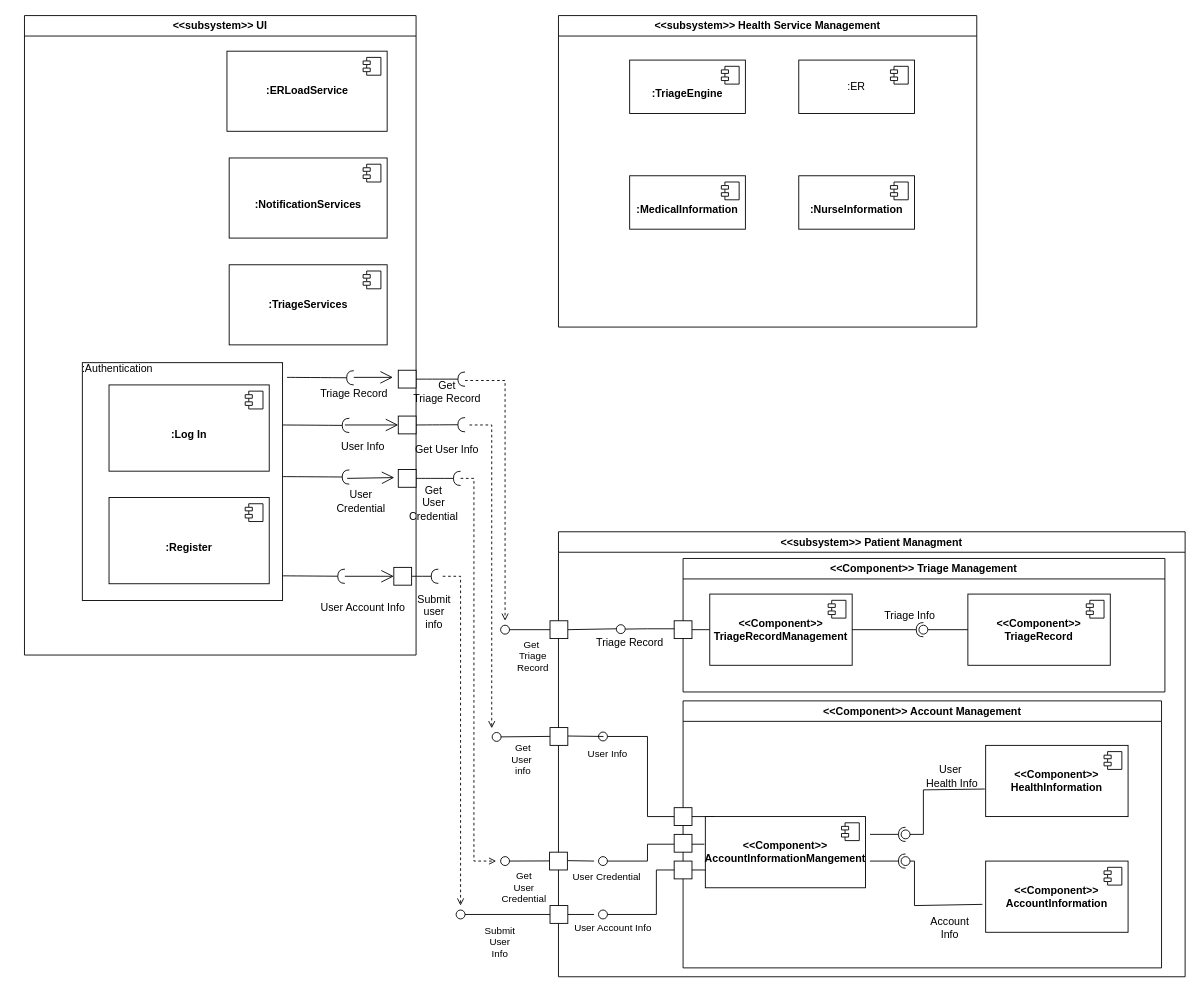
Earlier version of the draw.io diagram Usecases/C&C_patient_management.drawio (uvic-teach/project-m1-team8). Source tidied: cells renumbered, new cells numbered last; positions are measured from the earlier drawing's top-left corner, leaving out a move shared by most shapes. Both pictures are drawn from the tidied source at 89%, with x=0, y=0 at pixel (24, 15).
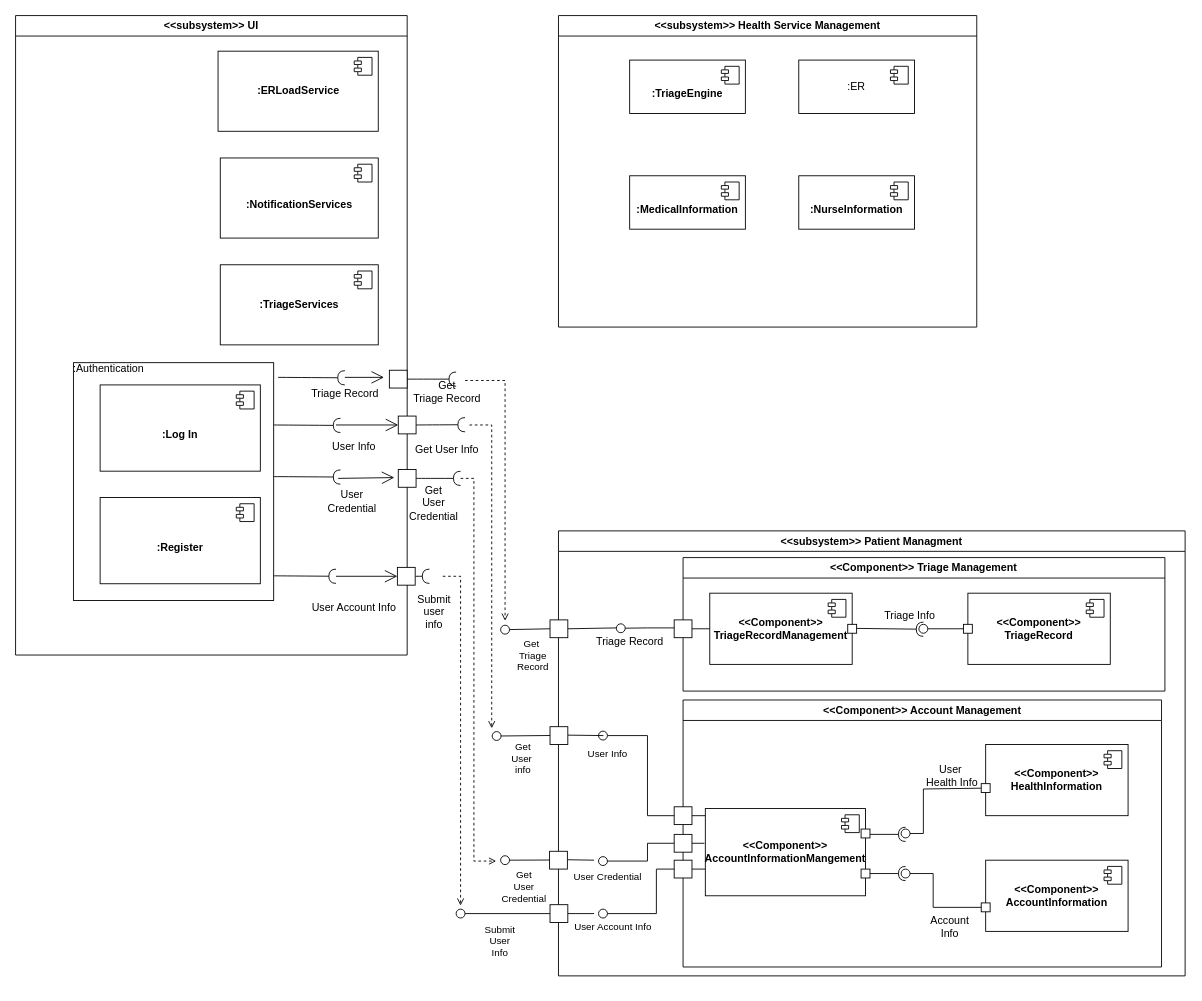
The same page after the edit.

Commit message:
Made some minor tweak to make the diagram cleaner.

Unchanged cells that the change refers to:
```xml
<mxCell id="67" value="&amp;lt;&amp;lt;Component&amp;gt;&amp;gt;&amp;nbsp;Triage Management" style="swimlane;whiteSpace=wrap;html=1;" parent="44" vertex="1">
  <mxGeometry x="140" y="30" width="541.4" height="150" as="geometry" />
</mxCell>
<mxCell id="68" value="&lt;b&gt;&amp;lt;&amp;lt;Component&amp;gt;&amp;gt;&lt;br&gt;&lt;/b&gt;&lt;b&gt;TriageRecordManagement&lt;/b&gt;" style="html=1;whiteSpace=wrap;" parent="67" vertex="1">
  <mxGeometry x="30" y="40" width="160" height="80" as="geometry" />
</mxCell>
<mxCell id="70" value="&lt;b&gt;&amp;lt;&amp;lt;Component&amp;gt;&amp;gt;&lt;br&gt;&lt;/b&gt;&lt;b&gt;TriageRecord&lt;/b&gt;" style="html=1;whiteSpace=wrap;" parent="67" vertex="1">
  <mxGeometry x="320" y="40" width="160" height="80" as="geometry" />
</mxCell>
<mxCell id="72" value="Triage Info" style="text;html=1;strokeColor=none;fillColor=none;align=center;verticalAlign=middle;whiteSpace=wrap;rounded=0;" parent="67" vertex="1">
  <mxGeometry x="225" y="50" width="60" height="30" as="geometry" />
</mxCell>
<mxCell id="73" value="&amp;lt;&amp;lt;Component&amp;gt;&amp;gt; Account Management" style="swimlane;whiteSpace=wrap;html=1;" parent="44" vertex="1">
  <mxGeometry x="140" y="190" width="537.6" height="300" as="geometry" />
</mxCell>
<mxCell id="80" value="&lt;b&gt;&amp;lt;&amp;lt;Component&amp;gt;&amp;gt;&lt;br&gt;AccountInformation&lt;/b&gt;" style="html=1;whiteSpace=wrap;" parent="73" vertex="1">
  <mxGeometry x="340" y="180" width="160" height="80" as="geometry" />
</mxCell>
```

What changed in the source:
```diff
@@
+    <mxCell id="117" style="endArrow=oval;html=1;rounded=0;endFill=0;endSize=10;edgeStyle=elbowEdgeStyle;exitX=-0.006;exitY=0.388;exitDx=0;exitDy=0;exitPerimeter=0;" parent="1" edge="1">
+      <mxGeometry relative="1" as="geometry">
+        <mxPoint x="764" y="930" as="sourcePoint" />
+        <mxPoint x="650" y="950" as="targetPoint" />
+        <Array as="points">
+          <mxPoint x="700" y="940" />
+        </Array>
+      </mxGeometry>
+    </mxCell>
+    <mxCell id="52" value="User Credential" style="edgeLabel;html=1;align=center;verticalAlign=middle;" parent="117" vertex="1">
+      <mxGeometry x="0.27" y="2" relative="1" as="geometry">
+        <mxPoint x="-45" y="15" as="offset" />
+      </mxGeometry>
+    </mxCell>
     <mxCell id="2" value="&amp;lt;&amp;lt;subsystem&amp;gt;&amp;gt; UI" style="swimlane;whiteSpace=wrap;html=1;" parent="1" vertex="1">
-      <mxGeometry width="440" height="718.5" as="geometry" />
+      <mxGeometry x="-10" width="440" height="718.5" as="geometry" />
     </mxCell>
@@
     <mxCell id="20" style="rounded=0;whiteSpace=wrap;html=1;" parent="2" vertex="1">
-      <mxGeometry x="415" y="620" width="20" height="20" as="geometry" />
+      <mxGeometry x="429" y="620" width="20" height="20" as="geometry" />
     </mxCell>
@@
     <mxCell id="44" value="&amp;lt;&amp;lt;subsystem&amp;gt;&amp;gt; Patient Managment" style="swimlane;whiteSpace=wrap;html=1;" parent="1" vertex="1">
-      <mxGeometry x="600" y="580" width="704.1" height="500" as="geometry" />
+      <mxGeometry x="600" y="579" width="704.1" height="500" as="geometry" />
     </mxCell>
@@
-    <mxCell id="51" style="endArrow=oval;html=1;rounded=0;endFill=0;endSize=10;edgeStyle=elbowEdgeStyle;exitX=-0.006;exitY=0.388;exitDx=0;exitDy=0;exitPerimeter=0;" parent="44" edge="1" source="76">
-      <mxGeometry relative="1" as="geometry">
-        <mxPoint x="50" y="370" as="targetPoint" />
-        <Array as="points">
-          <mxPoint x="100" y="360" />
-        </Array>
-      </mxGeometry>
-    </mxCell>
-    <mxCell id="52" value="User Credential" style="edgeLabel;html=1;align=center;verticalAlign=middle;" parent="51" vertex="1">
-      <mxGeometry x="0.27" y="2" relative="1" as="geometry">
-        <mxPoint x="-45" y="15" as="offset" />
-      </mxGeometry>
-    </mxCell>
@@
+    <mxCell id="113" style="rounded=0;orthogonalLoop=1;jettySize=auto;html=1;endArrow=halfCircle;endFill=0;endSize=6;strokeWidth=1;sketch=0;exitX=1;exitY=0.5;exitDx=0;exitDy=0;" parent="67" edge="1">
+      <mxGeometry relative="1" as="geometry">
+        <mxPoint x="190" y="79.5" as="sourcePoint" />
+        <mxPoint x="270" y="80.5" as="targetPoint" />
+      </mxGeometry>
+    </mxCell>
+    <mxCell id="114" style="rounded=0;jettySize=auto;html=1;endArrow=oval;endFill=0;sketch=0;sourcePerimeterSpacing=0;targetPerimeterSpacing=0;endSize=10;exitX=0;exitY=0.5;exitDx=0;exitDy=0;entryX=0.75;entryY=1;entryDx=0;entryDy=0;" parent="67" edge="1" source="70" target="72">
+      <mxGeometry relative="1" as="geometry" />
+    </mxCell>
@@
+    <mxCell id="118" style="rounded=0;whiteSpace=wrap;html=1;" parent="67" vertex="1">
+      <mxGeometry x="315" y="75" width="10" height="10" as="geometry" />
+    </mxCell>
+    <mxCell id="119" style="rounded=0;whiteSpace=wrap;html=1;" parent="67" vertex="1">
+      <mxGeometry x="185" y="75" width="10" height="10" as="geometry" />
+    </mxCell>
@@
     <mxCell id="76" value="&lt;b&gt;&amp;lt;&amp;lt;Component&amp;gt;&amp;gt;&lt;br&gt;AccountInformationMangement&lt;/b&gt;" style="html=1;whiteSpace=wrap;" parent="73" vertex="1">
-      <mxGeometry x="25" y="130" width="180" height="80" as="geometry" />
+      <mxGeometry x="25" y="122" width="180" height="98" as="geometry" />
     </mxCell>
@@
+    <mxCell id="120" style="rounded=0;whiteSpace=wrap;html=1;" parent="73" vertex="1">
+      <mxGeometry x="200" y="190" width="10" height="10" as="geometry" />
+    </mxCell>
+    <mxCell id="121" style="rounded=0;whiteSpace=wrap;html=1;" parent="73" vertex="1">
+      <mxGeometry x="335" y="228" width="10" height="10" as="geometry" />
+    </mxCell>
+    <mxCell id="122" style="rounded=0;whiteSpace=wrap;html=1;" parent="73" vertex="1">
+      <mxGeometry x="200" y="145" width="10" height="10" as="geometry" />
+    </mxCell>
+    <mxCell id="123" style="rounded=0;whiteSpace=wrap;html=1;" parent="73" vertex="1">
+      <mxGeometry x="335" y="94" width="10" height="10" as="geometry" />
+    </mxCell>
-    <mxCell id="85" style="rounded=0;jettySize=auto;html=1;endArrow=oval;endFill=0;sketch=0;sourcePerimeterSpacing=0;targetPerimeterSpacing=0;endSize=10;exitX=-0.023;exitY=0.608;exitDx=0;exitDy=0;exitPerimeter=0;" parent="44" edge="1" source="80">
+    <mxCell id="85" style="rounded=0;jettySize=auto;html=1;endArrow=oval;endFill=0;sketch=0;sourcePerimeterSpacing=0;targetPerimeterSpacing=0;endSize=10;edgeStyle=orthogonalEdgeStyle;" parent="44" edge="1" source="121">
       <mxGeometry relative="1" as="geometry">
-        <mxPoint x="390" y="370" as="targetPoint" />
+        <mxPoint x="390" y="385" as="targetPoint" />
         <Array as="points">
-          <mxPoint x="400" y="420" />
-          <mxPoint x="400" y="370" />
+          <mxPoint x="421" y="423" />
+          <mxPoint x="421" y="385" />
         </Array>
       </mxGeometry>
     </mxCell>
@@
     <mxCell id="110" style="rounded=0;orthogonalLoop=1;jettySize=auto;html=1;endArrow=halfCircle;endFill=0;endSize=6;strokeWidth=1;sketch=0;" parent="1" edge="1">
       <mxGeometry relative="1" as="geometry">
-        <mxPoint x="950" y="950" as="sourcePoint" />
-        <mxPoint x="990" y="950" as="targetPoint" />
+        <mxPoint x="950" y="964" as="sourcePoint" />
+        <mxPoint x="990" y="964" as="targetPoint" />
       </mxGeometry>
     </mxCell>
@@
-    <mxCell id="113" style="rounded=0;jettySize=auto;html=1;endArrow=halfCircle;endFill=0;endSize=6;strokeWidth=1;sketch=0;exitX=1;exitY=0.5;exitDx=0;exitDy=0;" parent="1" edge="1" source="68">
-      <mxGeometry relative="1" as="geometry">
-        <mxPoint x="1010" y="690" as="targetPoint" />
-      </mxGeometry>
-    </mxCell>
-    <mxCell id="114" style="rounded=0;jettySize=auto;html=1;endArrow=oval;endFill=0;sketch=0;sourcePerimeterSpacing=0;targetPerimeterSpacing=0;endSize=10;exitX=0;exitY=0.5;exitDx=0;exitDy=0;" parent="1" edge="1" source="70">
-      <mxGeometry relative="1" as="geometry">
-        <mxPoint x="1010" y="690" as="targetPoint" />
-      </mxGeometry>
-    </mxCell>
```
